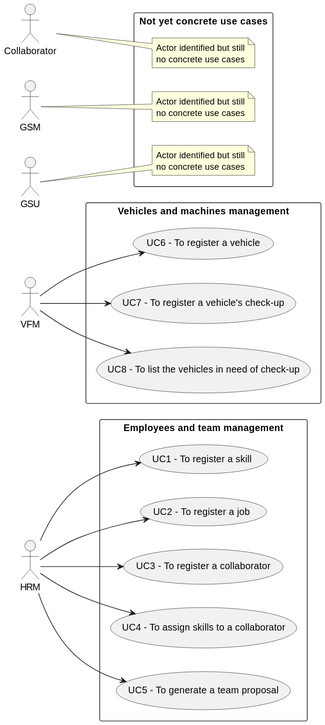
Earlier version of the PlantUML export docs/sprintC/global-artifacts/01.requirements-engineering/svg/use-case-diagram.svg (rpedros02/lei-24-s2-1DL-g08).
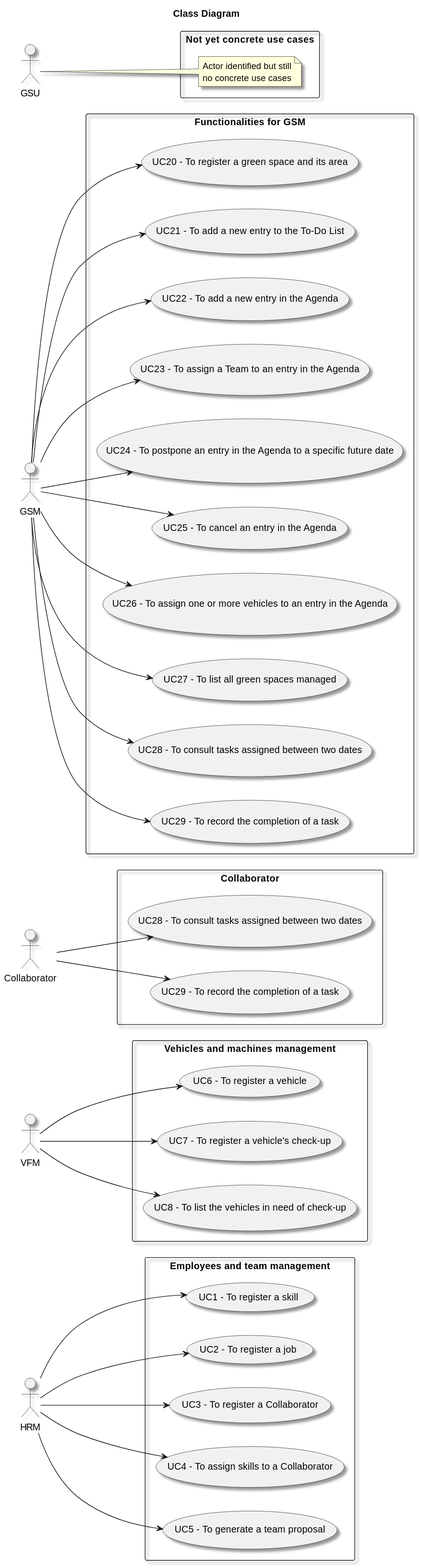
After the change.

Commit message:
UPDATE ESOFT USE CASE DIAGAM

What changed in the source:
```diff
@@ -1,50 +1,41 @@
 @startuml
+skinparam monochrome false
 skinparam packageStyle rectangle
+skinparam shadowing true
 
+title Class Diagram
 
-
-left to right direction
-
-
-    actor "HRM"   as hrm
-    actor "VFM" as vfm
-    actor Collaborator
-    actor GSM
-    actor GSU
+actor "HRM" as hrm
+actor "VFM" as vfm
+actor collaborator as "Collaborator"
+actor GSM
+actor GSU
 
 
 rectangle "Not yet concrete use cases"{
-note right of Collaborator
-    Actor identified but still
-    no concrete use cases
-end note
 
-note right of GSM
-    Actor identified but still
-    no concrete use cases
-end note
-
-
+left to right direction
 note right of GSU
     Actor identified but still
     no concrete use cases
 end note
- }
+}
 
+left to right direction
 
 rectangle "Employees and team management" as emp{
     usecase "UC1 - To register a skill" as UC1
     usecase "UC2 - To register a job" as UC2
-    usecase "UC3 - To register a collaborator" as UC3
-    usecase "UC4 - To assign skills to a collaborator" as UC4
+    usecase "UC3 - To register a Collaborator" as UC3
+    usecase "UC4 - To assign skills to a Collaborator" as UC4
     usecase "UC5 - To generate a team proposal" as UC5
     hrm --> UC1
     hrm --> UC2
     hrm --> UC3
     hrm --> UC4
     hrm --> UC5
+}
 
-}
 
 rectangle "Vehicles and machines management"{
     usecase "UC6 - To register a vehicle" as UC6
@@ -53,6 +44,39 @@
      vfm --> UC6
      vfm --> UC7
      vfm --> UC8
+}
 
+
+
+
+rectangle "Collaborator"{
+    usecase "UC28 - To consult tasks assigned between two dates" as UC28
+    usecase "UC29 - To record the completion of a task" as UC29
+    collaborator --> UC28
+    collaborator --> UC29
+}
+
+
+rectangle "Functionalities for GSM" as gsm_additional{
+    usecase "UC20 - To register a green space and its area" as US20
+    usecase "UC21 - To add a new entry to the To-Do List" as US21
+    usecase "UC22 - To add a new entry in the Agenda" as US22
+    usecase "UC23 - To assign a Team to an entry in the Agenda" as US23
+    usecase "UC24 - To postpone an entry in the Agenda to a specific future date" as US24
+    usecase "UC25 - To cancel an entry in the Agenda" as US25
+    usecase "UC26 - To assign one or more vehicles to an entry in the Agenda" as US26
+    usecase "UC27 - To list all green spaces managed" as US27
+    usecase "UC28 - To consult tasks assigned between two dates" as US28
+    usecase "UC29 - To record the completion of a task" as US29
+    GSM --> US20
+    GSM --> US21
+    GSM --> US22
+    GSM --> US23
+    GSM --> US24
+    GSM --> US25
+    GSM --> US26
+    GSM --> US27
+    GSM --> US28
+    GSM --> US29
 }
 @enduml
```
